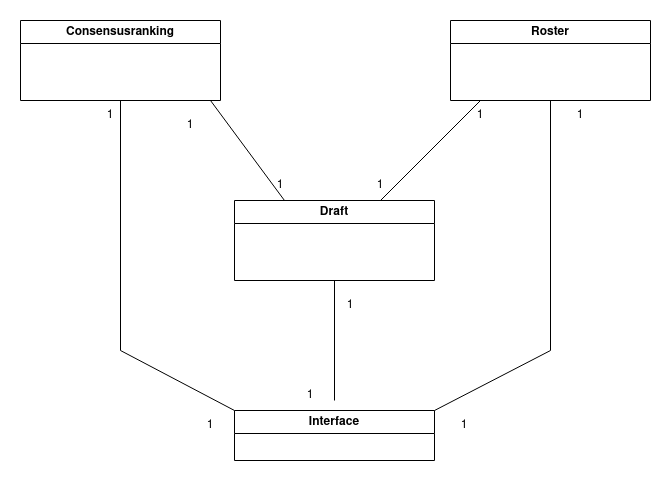
Earlier version of the draw.io export drafthelper-app/kuvat/class_diagram.png (eepek/drafthelper). Source tidied: cells renumbered, new cells last; positions are measured from the earlier drawing's top-left corner, leaving out a move shared by most shapes.
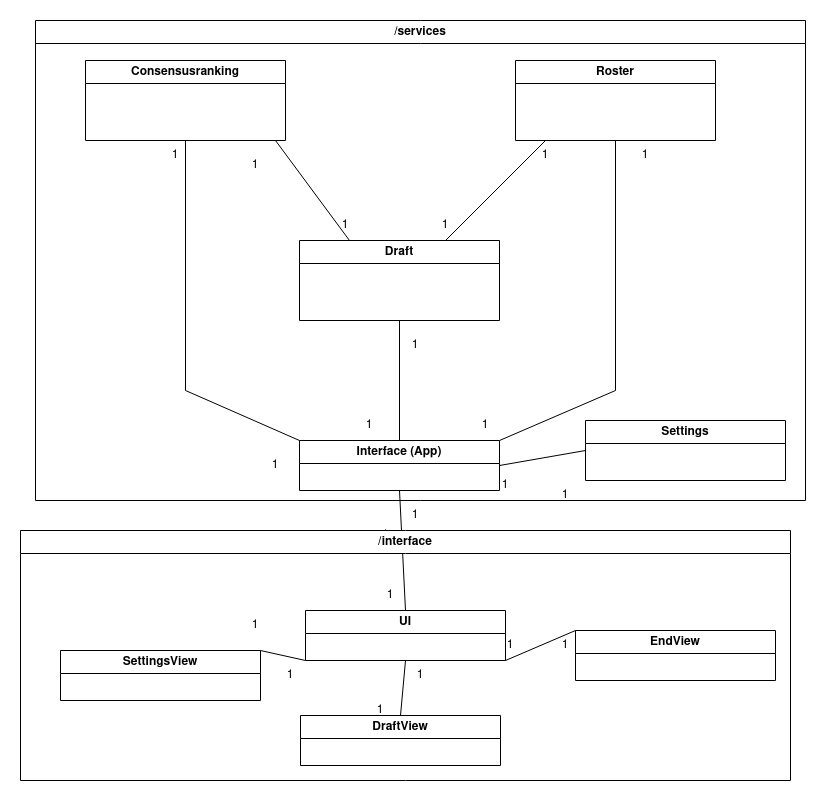
Later version of the same file.

Commit message:
Uusi luokkakaavio kuva

Diff of the diagram source:
```diff
@@ -5,16 +5,14 @@
     <mxCell id="2" value="Draft" style="swimlane;whiteSpace=wrap;html=1;" parent="1" vertex="1">
       <mxGeometry x="214" y="180" width="200" height="80" as="geometry" />
     </mxCell>
-    <mxCell id="3" style="endArrow=none;html=1;rounded=0;entryX=0.5;entryY=1;entryDx=0;entryDy=0;" parent="1" edge="1" target="2">
-      <mxGeometry relative="1" as="geometry">
-        <mxPoint x="314" y="380" as="sourcePoint" />
-      </mxGeometry>
+    <mxCell id="3" style="endArrow=none;html=1;rounded=0;entryX=0.5;entryY=1;entryDx=0;entryDy=0;exitX=0.5;exitY=0;exitDx=0;exitDy=0;" parent="1" edge="1" source="4" target="2">
+      <mxGeometry relative="1" as="geometry" />
     </mxCell>
-    <mxCell id="4" value="Interface" style="swimlane;whiteSpace=wrap;html=1;" parent="1" vertex="1">
-      <mxGeometry x="214" y="390" width="200" height="50" as="geometry" />
+    <mxCell id="4" value="Interface (App)" style="swimlane;whiteSpace=wrap;html=1;" parent="1" vertex="1">
+      <mxGeometry x="214" y="380" width="200" height="50" as="geometry" />
     </mxCell>
     <mxCell id="5" value="1" style="text;html=1;strokeColor=none;fillColor=none;align=center;verticalAlign=middle;whiteSpace=wrap;rounded=0;" parent="1" vertex="1">
-      <mxGeometry x="260" y="360" width="60" height="30" as="geometry" />
+      <mxGeometry x="254" y="350" width="60" height="30" as="geometry" />
     </mxCell>
     <mxCell id="6" value="&lt;div&gt;1&lt;/div&gt;" style="text;html=1;strokeColor=none;fillColor=none;align=center;verticalAlign=middle;whiteSpace=wrap;rounded=0;" parent="1" vertex="1">
       <mxGeometry x="300" y="270" width="60" height="30" as="geometry" />
@@ -75,7 +73,76 @@
       <mxGeometry x="530" y="80" width="60" height="30" as="geometry" />
     </mxCell>
     <mxCell id="20" value="1" style="text;html=1;strokeColor=none;fillColor=none;align=center;verticalAlign=middle;whiteSpace=wrap;rounded=0;" parent="1" vertex="1">
-      <mxGeometry x="414" y="390" width="60" height="30" as="geometry" />
+      <mxGeometry x="370" y="350" width="60" height="30" as="geometry" />
     </mxCell>
+    <mxCell id="21" value="&lt;div&gt;Settings&lt;/div&gt;" style="swimlane;whiteSpace=wrap;html=1;" parent="1" vertex="1">
+      <mxGeometry x="500" y="360" width="200" height="60" as="geometry" />
+    </mxCell>
+    <mxCell id="22" style="endArrow=none;html=1;rounded=0;entryX=0;entryY=0.5;entryDx=0;entryDy=0;exitX=1;exitY=0.5;exitDx=0;exitDy=0;" parent="1" edge="1" source="4" target="21">
+      <mxGeometry relative="1" as="geometry" />
+    </mxCell>
+    <mxCell id="23" value="1" style="text;html=1;strokeColor=none;fillColor=none;align=center;verticalAlign=middle;whiteSpace=wrap;rounded=0;" parent="1" vertex="1">
+      <mxGeometry x="450" y="420" width="60" height="30" as="geometry" />
+    </mxCell>
+    <mxCell id="24" value="1" style="text;html=1;strokeColor=none;fillColor=none;align=center;verticalAlign=middle;whiteSpace=wrap;rounded=0;" parent="1" vertex="1">
+      <mxGeometry x="390" y="410" width="60" height="30" as="geometry" />
+    </mxCell>
+    <mxCell id="25" value="UI" style="swimlane;whiteSpace=wrap;html=1;" parent="1" vertex="1">
+      <mxGeometry x="220" y="550" width="200" height="50" as="geometry" />
+    </mxCell>
+    <mxCell id="26" value="&lt;div&gt;EndView&lt;/div&gt;" style="swimlane;whiteSpace=wrap;html=1;" parent="1" vertex="1">
+      <mxGeometry x="490" y="570" width="200" height="50" as="geometry" />
+    </mxCell>
+    <mxCell id="27" style="endArrow=none;html=1;rounded=0;exitX=0.5;exitY=0;exitDx=0;exitDy=0;entryX=0.5;entryY=1;entryDx=0;entryDy=0;" parent="1" edge="1" source="25" target="4">
+      <mxGeometry relative="1" as="geometry" />
+    </mxCell>
+    <mxCell id="28" style="endArrow=none;html=1;rounded=0;entryX=0;entryY=1;entryDx=0;entryDy=0;exitX=1;exitY=0;exitDx=0;exitDy=0;" parent="1" edge="1" source="40" target="25">
+      <mxGeometry relative="1" as="geometry" />
+    </mxCell>
+    <mxCell id="29" style="endArrow=none;html=1;rounded=0;entryX=0.5;entryY=1;entryDx=0;entryDy=0;exitX=0.5;exitY=0;exitDx=0;exitDy=0;" parent="1" edge="1" source="36" target="25">
+      <mxGeometry relative="1" as="geometry" />
+    </mxCell>
+    <mxCell id="30" style="endArrow=none;html=1;rounded=0;entryX=0;entryY=0;entryDx=0;entryDy=0;exitX=1;exitY=1;exitDx=0;exitDy=0;" parent="1" edge="1" source="25" target="26">
+      <mxGeometry relative="1" as="geometry" />
+    </mxCell>
+    <mxCell id="31" value="1" style="text;html=1;strokeColor=none;fillColor=none;align=center;verticalAlign=middle;whiteSpace=wrap;rounded=0;" parent="1" vertex="1">
+      <mxGeometry x="140" y="550" width="60" height="30" as="geometry" />
+    </mxCell>
+    <mxCell id="32" value="1" style="text;html=1;strokeColor=none;fillColor=none;align=center;verticalAlign=middle;whiteSpace=wrap;rounded=0;" parent="1" vertex="1">
+      <mxGeometry x="450" y="570" width="60" height="30" as="geometry" />
+    </mxCell>
+    <mxCell id="33" value="1" style="text;html=1;strokeColor=none;fillColor=none;align=center;verticalAlign=middle;whiteSpace=wrap;rounded=0;" parent="1" vertex="1">
+      <mxGeometry x="300" y="440" width="60" height="30" as="geometry" />
+    </mxCell>
+    <mxCell id="34" value="1" style="text;html=1;strokeColor=none;fillColor=none;align=center;verticalAlign=middle;whiteSpace=wrap;rounded=0;" parent="1" vertex="1">
+      <mxGeometry x="270" y="460" width="60" height="30" as="geometry" />
+    </mxCell>
+    <mxCell id="35" value="&lt;div&gt;/interface&lt;br&gt;&lt;/div&gt;" style="swimlane;whiteSpace=wrap;html=1;" parent="1" vertex="1">
+      <mxGeometry x="-65" y="470" width="770" height="250" as="geometry" />
+    </mxCell>
+    <mxCell id="36" value="DraftView" style="swimlane;whiteSpace=wrap;html=1;" parent="35" vertex="1">
+      <mxGeometry x="280" y="185" width="200" height="50" as="geometry" />
+    </mxCell>
+    <mxCell id="37" value="1" style="text;html=1;strokeColor=none;fillColor=none;align=center;verticalAlign=middle;whiteSpace=wrap;rounded=0;" parent="36" vertex="1">
+      <mxGeometry x="50" y="-20" width="60" height="30" as="geometry" />
+    </mxCell>
+    <mxCell id="38" value="1" style="text;html=1;strokeColor=none;fillColor=none;align=center;verticalAlign=middle;whiteSpace=wrap;rounded=0;" parent="35" vertex="1">
+      <mxGeometry x="370" y="130" width="60" height="30" as="geometry" />
+    </mxCell>
+    <mxCell id="39" value="1" style="text;html=1;strokeColor=none;fillColor=none;align=center;verticalAlign=middle;whiteSpace=wrap;rounded=0;" parent="35" vertex="1">
+      <mxGeometry x="460" y="100" width="60" height="30" as="geometry" />
+    </mxCell>
+    <mxCell id="40" value="&lt;div&gt;SettingsView&lt;/div&gt;" style="swimlane;whiteSpace=wrap;html=1;" parent="35" vertex="1">
+      <mxGeometry x="40" y="120" width="200" height="50" as="geometry" />
+    </mxCell>
+    <mxCell id="41" value="1" style="text;html=1;strokeColor=none;fillColor=none;align=center;verticalAlign=middle;whiteSpace=wrap;rounded=0;" parent="35" vertex="1">
+      <mxGeometry x="240" y="130" width="60" height="30" as="geometry" />
+    </mxCell>
+    <mxCell id="42" value="1" style="text;html=1;strokeColor=none;fillColor=none;align=center;verticalAlign=middle;whiteSpace=wrap;rounded=0;" parent="35" vertex="1">
+      <mxGeometry x="340" y="50" width="60" height="30" as="geometry" />
+    </mxCell>
+    <mxCell id="43" value="/services" style="swimlane;whiteSpace=wrap;html=1;" parent="1" vertex="1">
+      <mxGeometry x="-50" y="-40" width="770" height="480" as="geometry" />
+    </mxCell>
   </root>
 </mxGraphModel>
```
